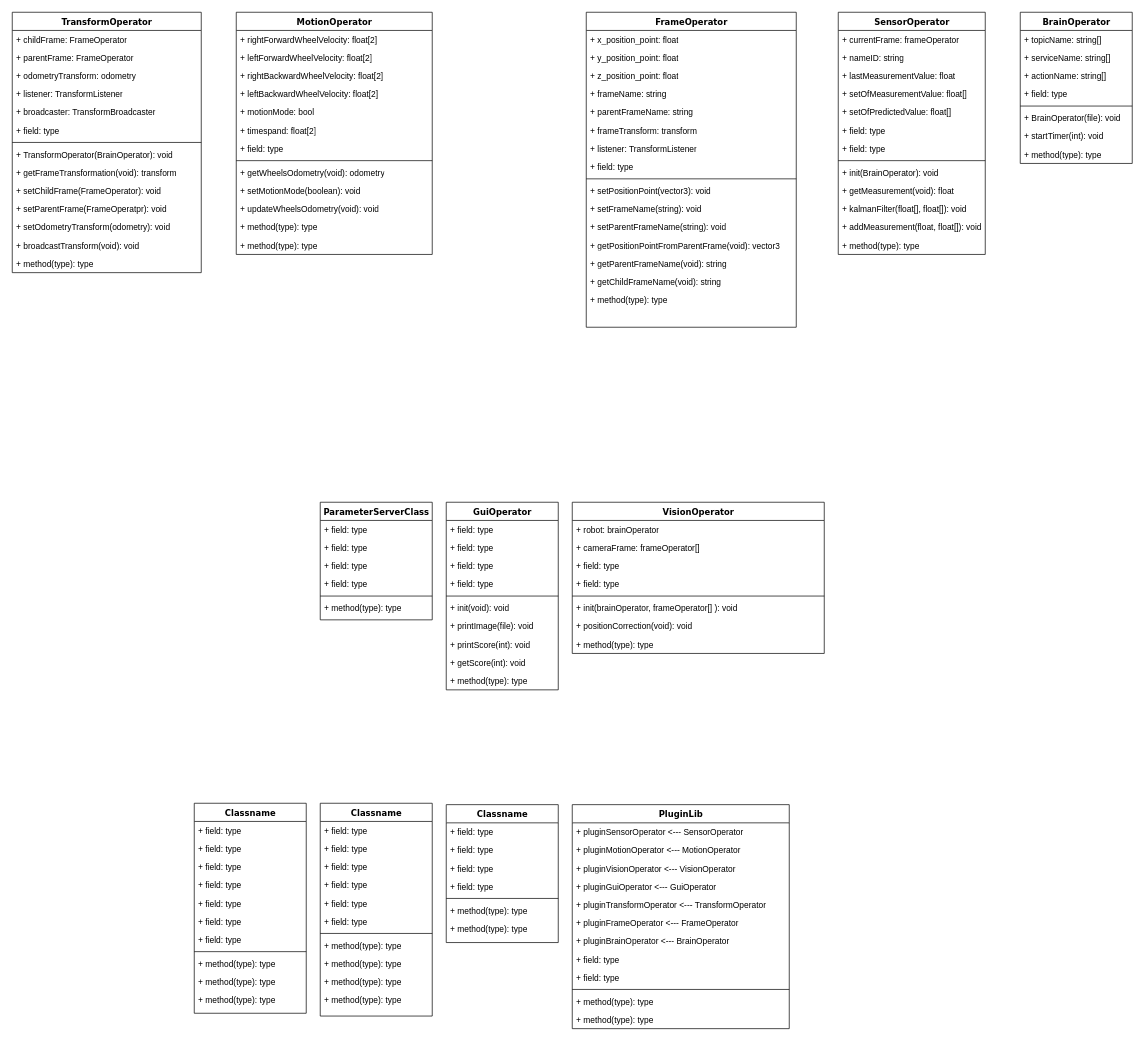
Earlier version of the draw.io diagram software/software_class_diagram.drawio (Betamax58/coupe-de-france). Source tidied: cells renumbered, new cells numbered last; positions are measured from the earlier drawing's top-left corner, leaving out a move shared by most shapes. Both pictures are drawn from the tidied source at 70%, with x=0, y=0 at pixel (12, 12).
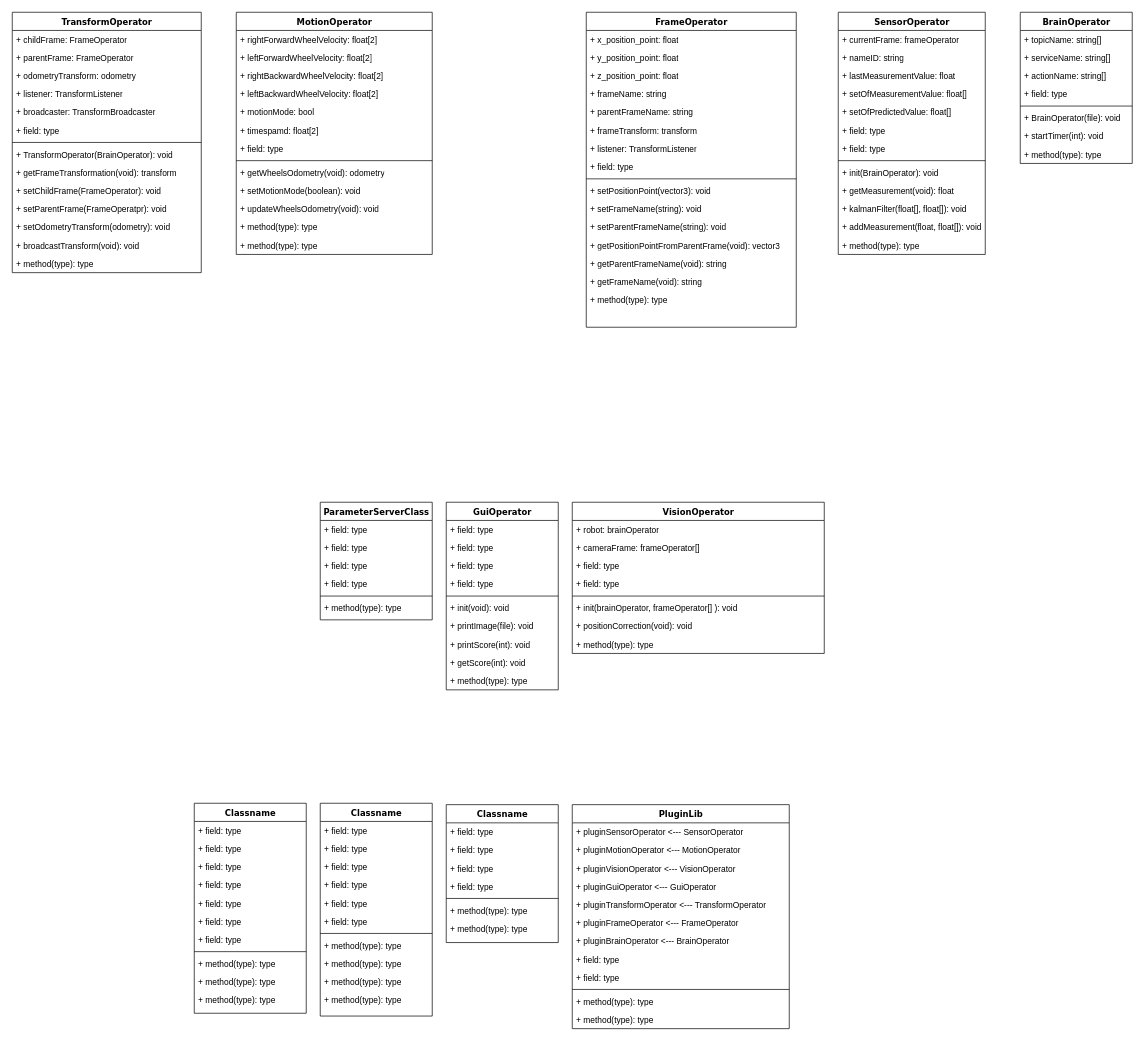
The same diagram, later.

Commit message:
Mettre à jour software_class_diagram.drawio

Unchanged cells that the change refers to:
```xml
<mxCell id="17" value="FrameOperator" style="swimlane;html=1;fontStyle=1;align=center;verticalAlign=top;horizontal=1;startSize=26;swimlaneFillColor=#ffffff;rounded=0;shadow=0;comic=0;labelBackgroundColor=none;strokeWidth=1;fillColor=none;fontFamily=Verdana;fontSize=12;" parent="1" vertex="1">
  <mxGeometry x="820" width="300" height="450" as="geometry" />
</mxCell>
<mxCell id="66" value="MotionOperator" style="swimlane;html=1;fontStyle=1;align=center;verticalAlign=top;horizontal=1;startSize=26;swimlaneFillColor=#ffffff;rounded=0;shadow=0;comic=0;labelBackgroundColor=none;strokeWidth=1;fillColor=none;fontFamily=Verdana;fontSize=12;" parent="1" vertex="1">
  <mxGeometry x="320" width="280" height="346" as="geometry" />
</mxCell>
```

Diff of the diagram source:
```diff
@@
-    <mxCell id="32" value="+ getChildFrameName(void): string" style="text;html=1;strokeColor=none;fillColor=none;align=left;verticalAlign=top;spacingLeft=4;spacingRight=4;whiteSpace=wrap;overflow=hidden;" parent="17" vertex="1">
+    <mxCell id="32" value="+ getFrameName(void): string" style="text;html=1;strokeColor=none;fillColor=none;align=left;verticalAlign=top;spacingLeft=4;spacingRight=4;whiteSpace=wrap;overflow=hidden;" parent="17" vertex="1">
       <mxGeometry y="372" width="300" height="26" as="geometry" />
     </mxCell>
@@
-    <mxCell id="72" value="+ timespand: float[2]" style="text;html=1;strokeColor=none;fillColor=none;align=left;verticalAlign=top;spacingLeft=4;spacingRight=4;whiteSpace=wrap;overflow=hidden;" parent="66" vertex="1">
+    <mxCell id="72" value="+ timespamd: float[2]" style="text;html=1;strokeColor=none;fillColor=none;align=left;verticalAlign=top;spacingLeft=4;spacingRight=4;whiteSpace=wrap;overflow=hidden;" parent="66" vertex="1">
       <mxGeometry y="156" width="280" height="26" as="geometry" />
     </mxCell>
```
